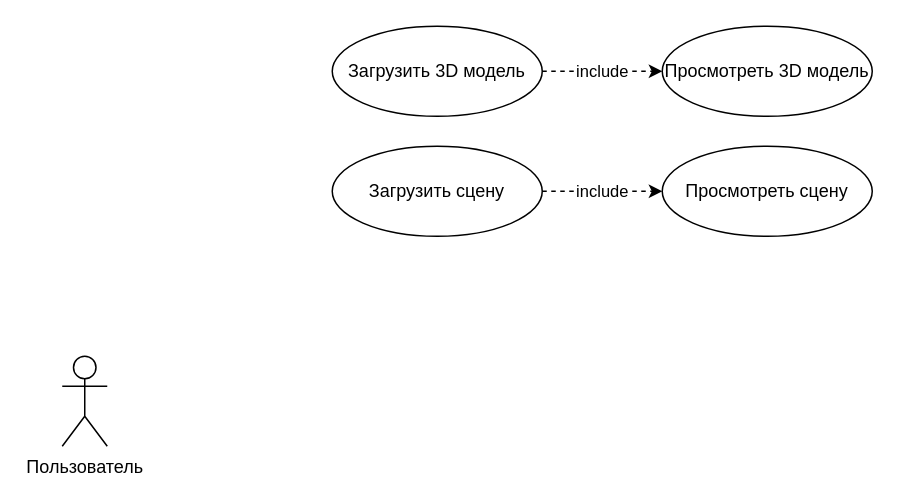
The draw.io diagram module_2/Use Case Diagram.drawio in SheinEA/gb_architect, before the edit. Source tidied: cells renumbered, new cells numbered last; positions are measured from the earlier drawing's top-left corner, leaving out a move shared by most shapes. Both pictures are drawn from the tidied source at 150%, with x=0, y=0 at pixel (62, 26).
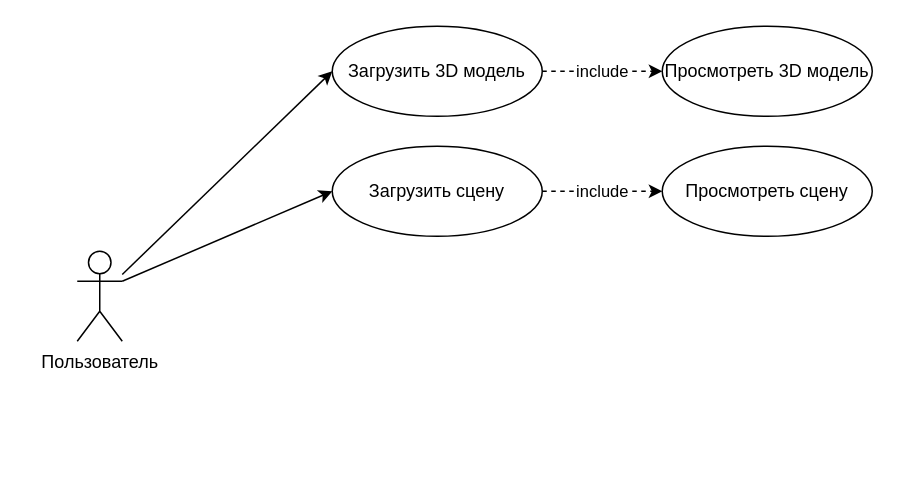
Above is the later version.

Change to the diagram source:
```diff
@@
 <mxGraphModel>
   <root>
     <mxCell id="0" />
     <mxCell id="1" parent="0" />
     <mxCell id="2" value="include" style="edgeStyle=none;rounded=0;jettySize=auto;html=1;exitX=1;exitY=0.5;exitDx=0;exitDy=0;dashed=1;" parent="1" edge="1" source="3" target="7">
       <mxGeometry relative="1" as="geometry" />
     </mxCell>
     <mxCell id="3" value="Загрузить 3D модель" style="ellipse;whiteSpace=wrap;html=1;" parent="1" vertex="1">
       <mxGeometry x="180" width="140" height="60" as="geometry" />
     </mxCell>
+    <mxCell id="9" style="edgeStyle=none;rounded=0;jettySize=auto;html=1;entryX=0;entryY=0.5;entryDx=0;entryDy=0;" parent="1" edge="1" source="4" target="3">
+      <mxGeometry relative="1" as="geometry" />
+    </mxCell>
+    <mxCell id="10" style="edgeStyle=none;rounded=0;jettySize=auto;html=1;exitX=1;exitY=0.3333333333333333;exitDx=0;exitDy=0;exitPerimeter=0;entryX=0;entryY=0.5;entryDx=0;entryDy=0;" parent="1" edge="1" source="4" target="6">
+      <mxGeometry relative="1" as="geometry" />
+    </mxCell>
     <mxCell id="4" value="Пользователь" style="shape=umlActor;verticalLabelPosition=bottom;verticalAlign=top;html=1;" parent="1" vertex="1">
-      <mxGeometry y="220" width="30" height="60" as="geometry" />
+      <mxGeometry x="10" y="150" width="30" height="60" as="geometry" />
     </mxCell>
     <mxCell id="5" value="include" style="edgeStyle=none;rounded=0;jettySize=auto;html=1;dashed=1;" parent="1" edge="1" source="6" target="8">
       <mxGeometry relative="1" as="geometry" />
     </mxCell>
     <mxCell id="6" value="Загрузить сцену" style="ellipse;whiteSpace=wrap;html=1;" parent="1" vertex="1">
       <mxGeometry x="180" y="80" width="140" height="60" as="geometry" />
     </mxCell>
     <mxCell id="7" value="Просмотреть 3D модель" style="ellipse;whiteSpace=wrap;html=1;" parent="1" vertex="1">
       <mxGeometry x="400" width="140" height="60" as="geometry" />
     </mxCell>
     <mxCell id="8" value="Просмотреть сцену" style="ellipse;whiteSpace=wrap;html=1;" parent="1" vertex="1">
       <mxGeometry x="400" y="80" width="140" height="60" as="geometry" />
     </mxCell>
   </root>
 </mxGraphModel>
```
